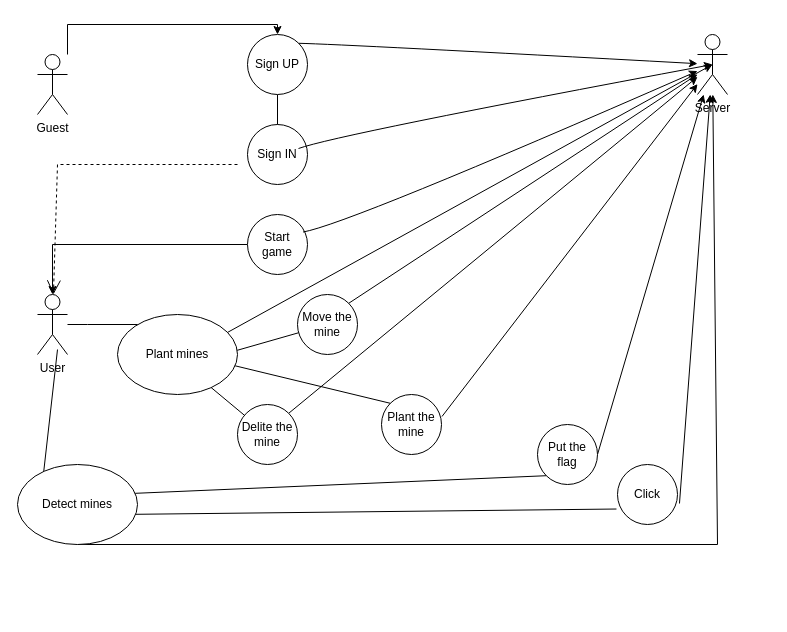
Above: UseCase.drawio in Galaxy-1337/Project_TMP (draw.io), before the change. Source tidied: cells renumbered, new cells numbered last; positions are measured from the earlier drawing's top-left corner, leaving out a move shared by most shapes. Both pictures are drawn from the tidied source at 100%, with x=0, y=0 at pixel (17, 24).
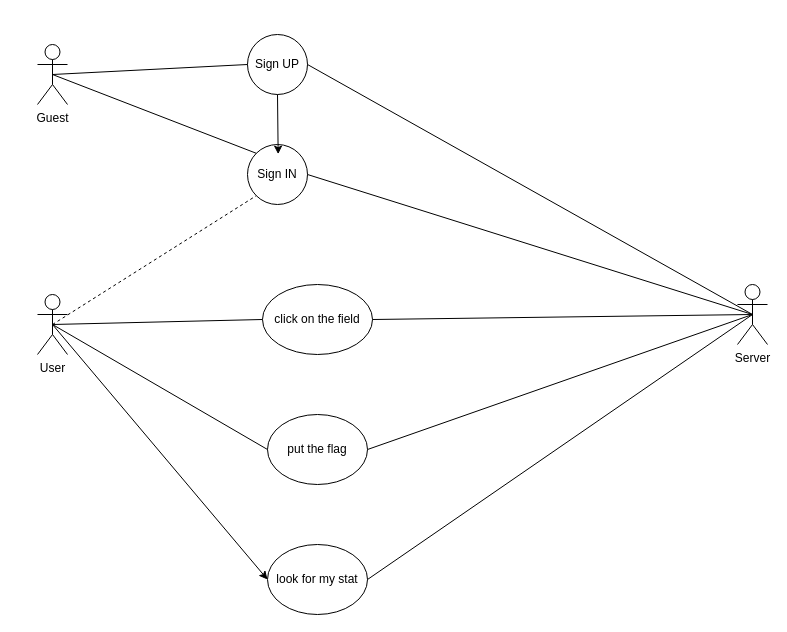
The same diagram, later.

The change refers to these unchanged cells:
```xml
<mxCell id="4" value="User" style="shape=umlActor;verticalLabelPosition=bottom;verticalAlign=top;html=1;outlineConnect=0;" parent="1" vertex="1">
  <mxGeometry x="20" y="270" width="30" height="60" as="geometry" />
</mxCell>
<mxCell id="7" value="Sign UP" style="ellipse;whiteSpace=wrap;html=1;" parent="1" vertex="1">
  <mxGeometry x="230" y="10" width="60" height="60" as="geometry" />
</mxCell>
```

What changed in the source:
```diff
@@
-    <mxCell id="2" style="edgeStyle=orthogonalEdgeStyle;rounded=0;jettySize=auto;html=1;entryX=0.5;entryY=0;entryDx=0;entryDy=0;" parent="1" edge="1" source="3" target="7">
-      <mxGeometry relative="1" as="geometry">
-        <Array as="points">
-          <mxPoint x="50" />
-          <mxPoint x="260" />
-        </Array>
-      </mxGeometry>
-    </mxCell>
     <mxCell id="3" value="Guest" style="shape=umlActor;verticalLabelPosition=bottom;verticalAlign=top;html=1;outlineConnect=0;" parent="1" vertex="1">
-      <mxGeometry x="20" y="30" width="30" height="60" as="geometry" />
+      <mxGeometry x="20" y="20" width="30" height="60" as="geometry" />
     </mxCell>
@@
     <mxCell id="5" value="Server" style="shape=umlActor;verticalLabelPosition=bottom;verticalAlign=top;html=1;outlineConnect=0;" parent="1" vertex="1">
-      <mxGeometry x="680" y="10" width="30" height="60" as="geometry" />
+      <mxGeometry x="720" y="260" width="30" height="60" as="geometry" />
     </mxCell>
-    <mxCell id="6" style="edgeStyle=orthogonalEdgeStyle;rounded=0;jettySize=auto;html=1;" parent="1" edge="1" source="7">
-      <mxGeometry relative="1" as="geometry">
-        <mxPoint x="260" y="150" as="targetPoint" />
-      </mxGeometry>
-    </mxCell>
@@
     <mxCell id="8" value="Sign IN" style="ellipse;whiteSpace=wrap;html=1;" parent="1" vertex="1">
-      <mxGeometry x="230" y="100" width="60" height="60" as="geometry" />
+      <mxGeometry x="230" y="120" width="60" height="60" as="geometry" />
     </mxCell>
-    <mxCell id="9" value="Click" style="ellipse;whiteSpace=wrap;html=1;" parent="1" vertex="1">
-      <mxGeometry x="600" y="440" width="60" height="60" as="geometry" />
-    </mxCell>
-    <mxCell id="10" style="edgeStyle=orthogonalEdgeStyle;rounded=0;jettySize=auto;html=1;" parent="1" edge="1" source="11" target="4">
-      <mxGeometry relative="1" as="geometry" />
-    </mxCell>
-    <mxCell id="11" value="Start game" style="ellipse;whiteSpace=wrap;html=1;" parent="1" vertex="1">
-      <mxGeometry x="230" y="190" width="60" height="60" as="geometry" />
-    </mxCell>
-    <mxCell id="12" value="Move the mine" style="ellipse;whiteSpace=wrap;html=1;" parent="1" vertex="1">
-      <mxGeometry x="280" y="270" width="60" height="60" as="geometry" />
-    </mxCell>
-    <mxCell id="13" style="edgeStyle=orthogonalEdgeStyle;rounded=0;jettySize=auto;html=1;entryX=0.065;entryY=0.245;entryDx=0;entryDy=0;entryPerimeter=0;" parent="1" edge="1" source="4">
-      <mxGeometry relative="1" as="geometry">
-        <mxPoint x="135.2" y="309.6" as="targetPoint" />
-        <Array as="points">
-          <mxPoint x="70" y="300" />
-          <mxPoint x="70" y="300" />
-        </Array>
-      </mxGeometry>
-    </mxCell>
-    <mxCell id="14" style="endArrow=classic;html=1;rounded=0;exitX=1.033;exitY=0.65;exitDx=0;exitDy=0;exitPerimeter=0;" parent="1" edge="1" source="9" target="5">
-      <mxGeometry relative="1" as="geometry" />
-    </mxCell>
-    <mxCell id="15" style="endArrow=classic;html=1;rounded=0;exitX=1;exitY=0.5;exitDx=0;exitDy=0;" parent="1" edge="1" source="21" target="5">
-      <mxGeometry relative="1" as="geometry" />
-    </mxCell>
-    <mxCell id="16" style="endArrow=classic;html=1;rounded=0;entryX=0.5;entryY=0.5;entryDx=0;entryDy=0;entryPerimeter=0;" parent="1" edge="1" target="5">
-      <mxGeometry relative="1" as="geometry">
-        <mxPoint x="205" y="310.7" as="sourcePoint" />
-      </mxGeometry>
-    </mxCell>
-    <mxCell id="17" style="endArrow=open;endSize=12;dashed=1;html=1;rounded=0;" parent="1" edge="1" target="4">
-      <mxGeometry relative="1" as="geometry">
-        <mxPoint x="220" y="140" as="sourcePoint" />
-        <Array as="points">
-          <mxPoint x="40" y="140" />
-        </Array>
-      </mxGeometry>
-    </mxCell>
+    <mxCell id="2" style="endArrow=none;html=1;rounded=0;exitX=0.5;exitY=0.5;exitDx=0;exitDy=0;exitPerimeter=0;entryX=0;entryY=0.5;entryDx=0;entryDy=0;" parent="1" edge="1" source="3" target="7">
+      <mxGeometry relative="1" as="geometry" />
+    </mxCell>
+    <mxCell id="36" style="endArrow=none;html=1;rounded=0;exitX=0.5;exitY=0.5;exitDx=0;exitDy=0;exitPerimeter=0;entryX=0;entryY=0;entryDx=0;entryDy=0;" parent="1" edge="1" source="3" target="8">
+      <mxGeometry relative="1" as="geometry" />
+    </mxCell>
+    <mxCell id="37" style="endArrow=classic;html=1;rounded=0;exitX=0.5;exitY=1;exitDx=0;exitDy=0;entryX=0.511;entryY=0.161;entryDx=0;entryDy=0;entryPerimeter=0;" parent="1" edge="1" source="7" target="8">
+      <mxGeometry relative="1" as="geometry" />
+    </mxCell>
-    <mxCell id="18" style="endArrow=classic;html=1;rounded=0;curved=1;exitX=1;exitY=0;exitDx=0;exitDy=0;" parent="1" edge="1" source="7" target="5">
-      <mxGeometry relative="1" as="geometry">
-        <Array as="points">
-          <mxPoint x="330" y="20" />
-        </Array>
-      </mxGeometry>
+    <mxCell id="18" style="endArrow=none;html=1;rounded=0;exitX=1;exitY=0.5;exitDx=0;exitDy=0;entryX=0.5;entryY=0.5;entryDx=0;entryDy=0;entryPerimeter=0;" parent="1" edge="1" source="7" target="5">
+      <mxGeometry relative="1" as="geometry" />
     </mxCell>
-    <mxCell id="19" style="endArrow=classic;html=1;rounded=0;curved=1;entryX=0.5;entryY=0.5;entryDx=0;entryDy=0;entryPerimeter=0;exitX=0.85;exitY=0.4;exitDx=0;exitDy=0;exitPerimeter=0;" parent="1" edge="1" source="8" target="5">
-      <mxGeometry relative="1" as="geometry">
-        <Array as="points">
-          <mxPoint x="320" y="110" />
-        </Array>
-      </mxGeometry>
+    <mxCell id="19" style="endArrow=none;html=1;rounded=0;exitX=1;exitY=0.5;exitDx=0;exitDy=0;entryX=0.5;entryY=0.5;entryDx=0;entryDy=0;entryPerimeter=0;" parent="1" edge="1" source="8" target="5">
+      <mxGeometry relative="1" as="geometry" />
     </mxCell>
-    <mxCell id="20" style="endArrow=classic;html=1;rounded=0;curved=1;exitX=0.925;exitY=0.292;exitDx=0;exitDy=0;exitPerimeter=0;" parent="1" edge="1" source="11" target="5">
-      <mxGeometry relative="1" as="geometry">
-        <Array as="points">
-          <mxPoint x="330" y="200" />
-        </Array>
-      </mxGeometry>
-    </mxCell>
-    <mxCell id="21" value="Put the flag" style="ellipse;whiteSpace=wrap;html=1;" parent="1" vertex="1">
-      <mxGeometry x="520" y="400" width="60" height="60" as="geometry" />
-    </mxCell>
-    <mxCell id="22" style="endArrow=classic;html=1;rounded=0;entryX=0.063;entryY=0.225;entryDx=0;entryDy=0;entryPerimeter=0;" parent="1" edge="1">
-      <mxGeometry relative="1" as="geometry">
-        <mxPoint x="40" y="325" as="sourcePoint" />
-        <mxPoint x="25" y="458" as="targetPoint" />
-      </mxGeometry>
-    </mxCell>
-    <mxCell id="23" style="endArrow=classic;html=1;rounded=0;exitX=1.008;exitY=0.367;exitDx=0;exitDy=0;exitPerimeter=0;" parent="1" edge="1" source="26" target="5">
-      <mxGeometry relative="1" as="geometry" />
-    </mxCell>
-    <mxCell id="24" style="endArrow=classic;html=1;rounded=0;exitX=1;exitY=0;exitDx=0;exitDy=0;" parent="1" edge="1" source="25" target="5">
-      <mxGeometry relative="1" as="geometry" />
-    </mxCell>
-    <mxCell id="25" value="Delite the mine" style="ellipse;whiteSpace=wrap;html=1;" parent="1" vertex="1">
-      <mxGeometry x="220" y="380" width="60" height="60" as="geometry" />
-    </mxCell>
-    <mxCell id="26" value="Plant the mine" style="ellipse;whiteSpace=wrap;html=1;" parent="1" vertex="1">
-      <mxGeometry x="364" y="370" width="60" height="60" as="geometry" />
-    </mxCell>
-    <mxCell id="27" style="endArrow=classic;html=1;rounded=0;" parent="1" edge="1" target="5">
-      <mxGeometry relative="1" as="geometry">
-        <mxPoint x="60" y="520" as="sourcePoint" />
-        <Array as="points">
-          <mxPoint x="700" y="520" />
-        </Array>
-      </mxGeometry>
-    </mxCell>
-    <mxCell id="28" style="endArrow=classic;html=1;rounded=0;exitX=1;exitY=0;exitDx=0;exitDy=0;" parent="1" edge="1" source="12" target="5">
-      <mxGeometry relative="1" as="geometry" />
-    </mxCell>
-    <mxCell id="29" style="endArrow=none;html=1;rounded=0;entryX=-0.017;entryY=0.742;entryDx=0;entryDy=0;entryPerimeter=0;" parent="1" edge="1" target="9">
-      <mxGeometry relative="1" as="geometry">
-        <mxPoint x="100" y="490" as="sourcePoint" />
-      </mxGeometry>
-    </mxCell>
-    <mxCell id="30" style="endArrow=none;html=1;rounded=0;entryX=0;entryY=1;entryDx=0;entryDy=0;" parent="1" edge="1" target="21">
-      <mxGeometry relative="1" as="geometry">
-        <mxPoint x="90" y="470" as="sourcePoint" />
-      </mxGeometry>
-    </mxCell>
-    <mxCell id="31" style="endArrow=none;html=1;rounded=0;" parent="1" edge="1" target="12">
-      <mxGeometry relative="1" as="geometry">
-        <mxPoint x="205" y="330" as="sourcePoint" />
-      </mxGeometry>
-    </mxCell>
-    <mxCell id="32" style="endArrow=none;html=1;rounded=0;" parent="1" edge="1" target="25">
-      <mxGeometry relative="1" as="geometry">
-        <mxPoint x="190" y="360" as="sourcePoint" />
-      </mxGeometry>
-    </mxCell>
-    <mxCell id="33" style="endArrow=none;html=1;rounded=0;entryX=0;entryY=0;entryDx=0;entryDy=0;" parent="1" edge="1" target="26">
-      <mxGeometry relative="1" as="geometry">
-        <mxPoint x="208.9" y="339.2" as="sourcePoint" />
-      </mxGeometry>
-    </mxCell>
-    <mxCell id="34" value="Detect mines" style="ellipse;whiteSpace=wrap;html=1;" parent="1" vertex="1">
-      <mxGeometry y="440" width="120" height="80" as="geometry" />
-    </mxCell>
-    <mxCell id="35" value="Plant mines" style="ellipse;whiteSpace=wrap;html=1;" parent="1" vertex="1">
-      <mxGeometry x="100" y="290" width="120" height="80" as="geometry" />
-    </mxCell>
+    <mxCell id="38" style="endArrow=none;dashed=1;html=1;rounded=0;exitX=0.5;exitY=0.5;exitDx=0;exitDy=0;exitPerimeter=0;entryX=0;entryY=1;entryDx=0;entryDy=0;" parent="1" edge="1" source="4" target="8">
+      <mxGeometry relative="1" as="geometry" />
+    </mxCell>
+    <mxCell id="39" value="put the flag" style="ellipse;whiteSpace=wrap;html=1;" parent="1" vertex="1">
+      <mxGeometry x="250" y="390" width="100" height="70" as="geometry" />
+    </mxCell>
+    <mxCell id="40" value="look for my stat" style="ellipse;whiteSpace=wrap;html=1;" parent="1" vertex="1">
+      <mxGeometry x="250" y="520" width="100" height="70" as="geometry" />
+    </mxCell>
+    <mxCell id="41" style="endArrow=classic;html=1;rounded=0;exitX=0.5;exitY=0.5;exitDx=0;exitDy=0;exitPerimeter=0;entryX=0;entryY=0.5;entryDx=0;entryDy=0;" parent="1" edge="1" source="4" target="40">
+      <mxGeometry relative="1" as="geometry" />
+    </mxCell>
+    <mxCell id="42" style="endArrow=none;html=1;rounded=0;exitX=0.5;exitY=0.5;exitDx=0;exitDy=0;exitPerimeter=0;entryX=0;entryY=0.5;entryDx=0;entryDy=0;" parent="1" edge="1" source="4" target="39">
+      <mxGeometry relative="1" as="geometry" />
+    </mxCell>
+    <mxCell id="43" value="click on the field" style="ellipse;whiteSpace=wrap;html=1;" parent="1" vertex="1">
+      <mxGeometry x="245" y="260" width="110" height="70" as="geometry" />
+    </mxCell>
+    <mxCell id="44" style="endArrow=none;html=1;rounded=0;exitX=0.5;exitY=0.5;exitDx=0;exitDy=0;exitPerimeter=0;entryX=0;entryY=0.5;entryDx=0;entryDy=0;" parent="1" edge="1" source="4" target="43">
+      <mxGeometry relative="1" as="geometry" />
+    </mxCell>
+    <mxCell id="45" style="endArrow=none;html=1;rounded=0;exitX=1;exitY=0.5;exitDx=0;exitDy=0;entryX=0.5;entryY=0.5;entryDx=0;entryDy=0;entryPerimeter=0;" parent="1" edge="1" source="40" target="5">
+      <mxGeometry relative="1" as="geometry" />
+    </mxCell>
+    <mxCell id="46" style="endArrow=none;html=1;rounded=0;exitX=1;exitY=0.5;exitDx=0;exitDy=0;entryX=0.5;entryY=0.5;entryDx=0;entryDy=0;entryPerimeter=0;" parent="1" edge="1" source="39" target="5">
+      <mxGeometry relative="1" as="geometry" />
+    </mxCell>
+    <mxCell id="47" style="endArrow=none;html=1;rounded=0;exitX=1;exitY=0.5;exitDx=0;exitDy=0;entryX=0.5;entryY=0.5;entryDx=0;entryDy=0;entryPerimeter=0;" parent="1" edge="1" source="43" target="5">
+      <mxGeometry relative="1" as="geometry" />
+    </mxCell>
```
